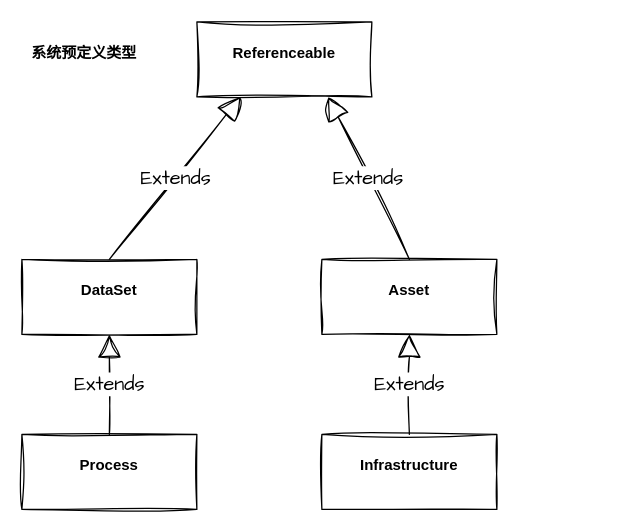
Earlier version of the draw.io diagram atlas.drawio (jaydyi/pic). Source tidied: cells renumbered, new cells numbered last; positions are measured from the earlier drawing's top-left corner, leaving out a move shared by most shapes. Both pictures are drawn from the tidied source at 125%, with x=0, y=0 at pixel (21, 21).
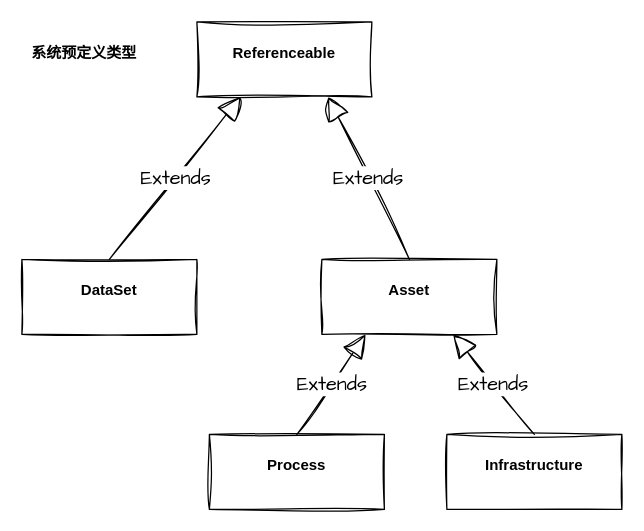
The same page after the edit.

Diff of the diagram source:
```diff
@@
 <mxGraphModel>
   <root>
     <mxCell id="0" />
     <mxCell id="1" parent="0" />
     <mxCell id="2" style="group;" parent="1" vertex="1">
-      <mxGeometry width="380" height="390" as="geometry" />
+      <mxGeometry width="480" height="390" as="geometry" />
     </mxCell>
     <mxCell id="3" value="&lt;p style=&quot;margin:0px;margin-top:4px;text-align:center;&quot;&gt;&lt;br&gt;&lt;b&gt;Referenceable&lt;/b&gt;&lt;/p&gt;" style="verticalAlign=top;align=left;overflow=fill;fontSize=12;fontFamily=Helvetica;html=1;whiteSpace=wrap;sketch=1;hachureGap=4;jiggle=2;curveFitting=1;" parent="2" vertex="1">
       <mxGeometry x="140" width="140" height="60" as="geometry" />
     </mxCell>
-    <mxCell id="4" value="&lt;p style=&quot;margin:0px;margin-top:4px;text-align:center;&quot;&gt;&lt;br&gt;&lt;b&gt;Infrastructure&lt;/b&gt;&lt;/p&gt;" style="verticalAlign=top;align=left;overflow=fill;fontSize=12;fontFamily=Helvetica;html=1;whiteSpace=wrap;sketch=1;hachureGap=4;jiggle=2;curveFitting=1;" parent="2" vertex="1">
-      <mxGeometry x="240" y="330" width="140" height="60" as="geometry" />
-    </mxCell>
     <mxCell id="5" value="&lt;p style=&quot;margin:0px;margin-top:4px;text-align:center;&quot;&gt;&lt;br&gt;&lt;b&gt;Asset&lt;/b&gt;&lt;/p&gt;" style="verticalAlign=top;align=left;overflow=fill;fontSize=12;fontFamily=Helvetica;html=1;whiteSpace=wrap;sketch=1;hachureGap=4;jiggle=2;curveFitting=1;" parent="2" vertex="1">
       <mxGeometry x="240" y="190" width="140" height="60" as="geometry" />
     </mxCell>
     <mxCell id="6" value="Extends" style="endArrow=block;endSize=16;endFill=0;html=1;rounded=0;sketch=1;hachureGap=4;jiggle=2;curveFitting=1;fontFamily=Architects Daughter;fontSize=16;exitX=0.5;exitY=0;exitDx=0;exitDy=0;entryX=0.75;entryY=1;entryDx=0;entryDy=0;" parent="2" edge="1" source="5" target="3">
       <mxGeometry relative="1" as="geometry" />
     </mxCell>
-    <mxCell id="7" value="Extends" style="endArrow=block;endSize=16;endFill=0;html=1;rounded=0;sketch=1;hachureGap=4;jiggle=2;curveFitting=1;fontFamily=Architects Daughter;fontSize=16;exitX=0.5;exitY=0;exitDx=0;exitDy=0;entryX=0.5;entryY=1;entryDx=0;entryDy=0;" parent="2" edge="1" source="4" target="5">
-      <mxGeometry relative="1" as="geometry" />
-    </mxCell>
     <mxCell id="8" value="&lt;p style=&quot;margin:0px;margin-top:4px;text-align:center;&quot;&gt;&lt;br&gt;&lt;b&gt;DataSet&lt;/b&gt;&lt;/p&gt;" style="verticalAlign=top;align=left;overflow=fill;fontSize=12;fontFamily=Helvetica;html=1;whiteSpace=wrap;sketch=1;hachureGap=4;jiggle=2;curveFitting=1;" parent="2" vertex="1">
       <mxGeometry y="190" width="140" height="60" as="geometry" />
     </mxCell>
     <mxCell id="9" value="Extends" style="endArrow=block;endSize=16;endFill=0;html=1;rounded=0;sketch=1;hachureGap=4;jiggle=2;curveFitting=1;fontFamily=Architects Daughter;fontSize=16;exitX=0.5;exitY=0;exitDx=0;exitDy=0;entryX=0.25;entryY=1;entryDx=0;entryDy=0;" parent="2" edge="1" source="8" target="3">
       <mxGeometry relative="1" as="geometry" />
     </mxCell>
     <mxCell id="10" value="&lt;p style=&quot;margin:0px;margin-top:4px;text-align:center;&quot;&gt;&lt;br&gt;&lt;b&gt;Process&lt;/b&gt;&lt;/p&gt;" style="verticalAlign=top;align=left;overflow=fill;fontSize=12;fontFamily=Helvetica;html=1;whiteSpace=wrap;sketch=1;hachureGap=4;jiggle=2;curveFitting=1;" parent="2" vertex="1">
-      <mxGeometry y="330" width="140" height="60" as="geometry" />
+      <mxGeometry x="150" y="330" width="140" height="60" as="geometry" />
     </mxCell>
-    <mxCell id="11" value="Extends" style="endArrow=block;endSize=16;endFill=0;html=1;rounded=0;sketch=1;hachureGap=4;jiggle=2;curveFitting=1;fontFamily=Architects Daughter;fontSize=16;exitX=0.5;exitY=0;exitDx=0;exitDy=0;entryX=0.5;entryY=1;entryDx=0;entryDy=0;" parent="2" edge="1" source="10" target="8">
+    <mxCell id="11" value="Extends" style="endArrow=block;endSize=16;endFill=0;html=1;rounded=0;sketch=1;hachureGap=4;jiggle=2;curveFitting=1;fontFamily=Architects Daughter;fontSize=16;exitX=0.5;exitY=0;exitDx=0;exitDy=0;entryX=0.25;entryY=1;entryDx=0;entryDy=0;" parent="2" edge="1" source="10" target="5">
       <mxGeometry relative="1" as="geometry" />
     </mxCell>
     <mxCell id="12" value="&lt;b&gt;系统预定义类型&lt;/b&gt;" style="text;html=1;strokeColor=none;fillColor=none;align=center;verticalAlign=middle;whiteSpace=wrap;rounded=0;" parent="2" vertex="1">
       <mxGeometry y="10" width="100" height="30" as="geometry" />
     </mxCell>
+    <mxCell id="4" value="&lt;p style=&quot;margin:0px;margin-top:4px;text-align:center;&quot;&gt;&lt;br&gt;&lt;b&gt;Infrastructure&lt;/b&gt;&lt;/p&gt;" style="verticalAlign=top;align=left;overflow=fill;fontSize=12;fontFamily=Helvetica;html=1;whiteSpace=wrap;sketch=1;hachureGap=4;jiggle=2;curveFitting=1;" parent="2" vertex="1">
+      <mxGeometry x="340" y="330" width="140" height="60" as="geometry" />
+    </mxCell>
+    <mxCell id="7" value="Extends" style="endArrow=block;endSize=16;endFill=0;html=1;rounded=0;sketch=1;hachureGap=4;jiggle=2;curveFitting=1;fontFamily=Architects Daughter;fontSize=16;exitX=0.5;exitY=0;exitDx=0;exitDy=0;entryX=0.75;entryY=1;entryDx=0;entryDy=0;" parent="2" edge="1" source="4" target="5">
+      <mxGeometry relative="1" as="geometry" />
+    </mxCell>
   </root>
 </mxGraphModel>
```
